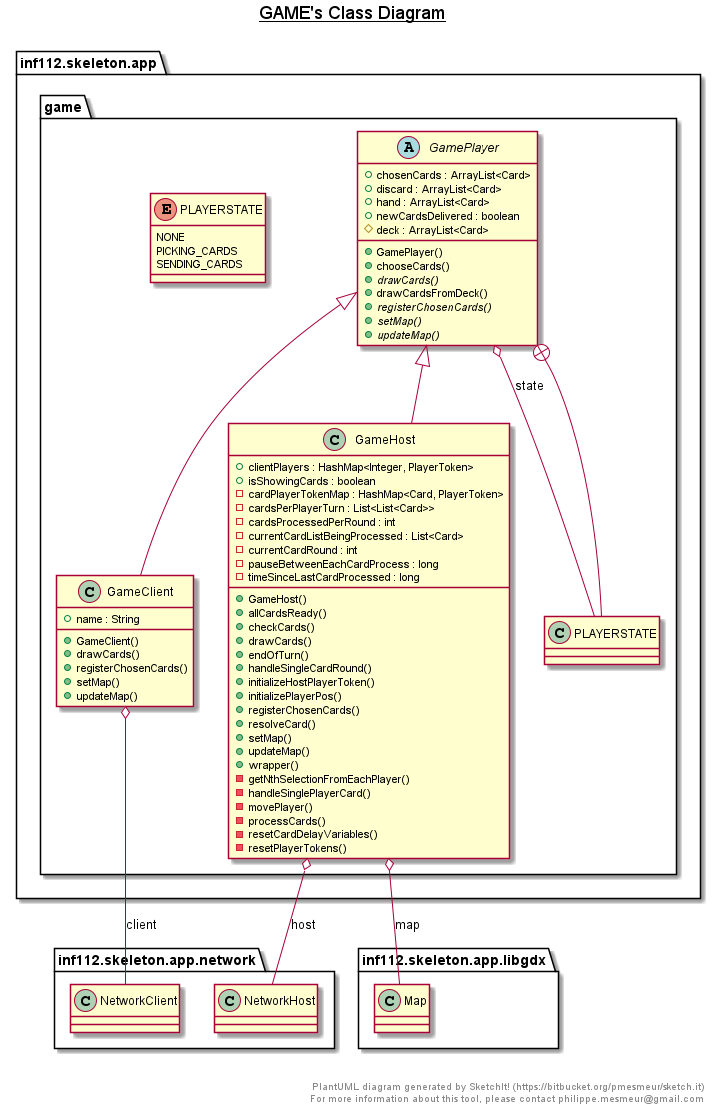
The PlantUML diagram Structure/Class diagrams/game.png in inf112-v21/Snokarane, before a commit.
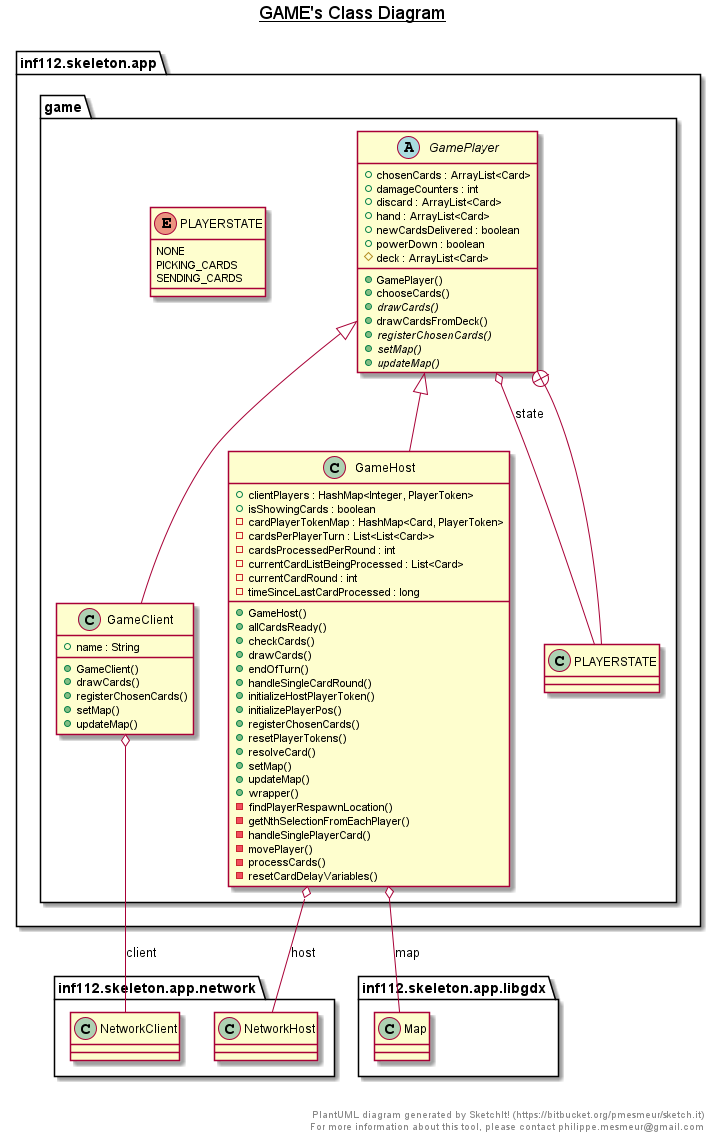
Above is the later version.

Diff of the diagram source:
```diff
@@ -26,7 +26,6 @@
           - cardsProcessedPerRound : int
           - currentCardListBeingProcessed : List<Card>
           - currentCardRound : int
-          - pauseBetweenEachCardProcess : long
           - timeSinceLastCardProcessed : long
           + GameHost()
           + allCardsReady()
@@ -37,16 +36,17 @@
           + initializeHostPlayerToken()
           + initializePlayerPos()
           + registerChosenCards()
+          + resetPlayerTokens()
           + resolveCard()
           + setMap()
           + updateMap()
           + wrapper()
+          - findPlayerRespawnLocation()
           - getNthSelectionFromEachPlayer()
           - handleSinglePlayerCard()
           - movePlayer()
           - processCards()
           - resetCardDelayVariables()
-          - resetPlayerTokens()
       }
     }
   }
@@ -56,9 +56,11 @@
     namespace game {
       abstract class inf112.skeleton.app.game.GamePlayer {
           + chosenCards : ArrayList<Card>
+          + damageCounters : int
           + discard : ArrayList<Card>
           + hand : ArrayList<Card>
           + newCardsDelivered : boolean
+          + powerDown : boolean
           # deck : ArrayList<Card>
           + GamePlayer()
           + chooseCards()
```
